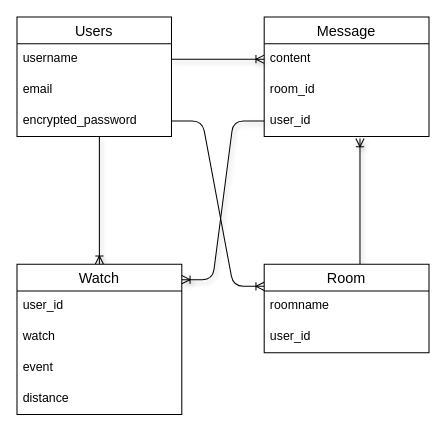
This is database.dio from GitHayato/actime, a draw.io file, before an edit. Source tidied: cells renumbered, new cells numbered last; positions are measured from the earlier drawing's top-left corner, leaving out a move shared by most shapes. Both pictures are drawn from the tidied source at 103%, with x=0, y=0 at pixel (16, 16).
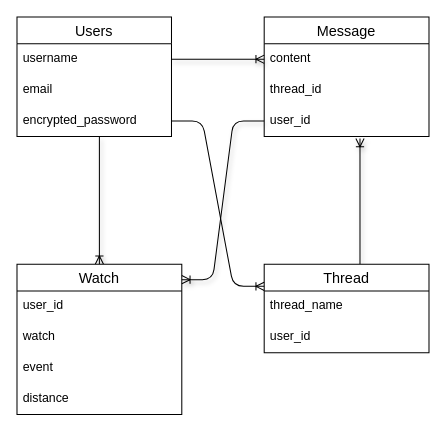
The same diagram, later.

Commit message (it also covers changes not shown here):
fix: readmeテーブル名変更

Unchanged cells that the change refers to:
```xml
<mxCell id="7" value="Message" style="swimlane;fontStyle=0;horizontal=1;startSize=26;align=center;fontSize=14;" parent="1" vertex="1">
  <mxGeometry x="240" width="160" height="116" as="geometry" />
</mxCell>
```

What changed in the source:
```diff
@@
-    <mxCell id="9" value="room_id" style="text;strokeColor=none;fillColor=none;spacingLeft=4;spacingRight=4;overflow=hidden;fontSize=12;" parent="7" vertex="1">
+    <mxCell id="9" value="thread_id" style="text;strokeColor=none;fillColor=none;spacingLeft=4;spacingRight=4;overflow=hidden;fontSize=12;" parent="7" vertex="1">
       <mxGeometry y="56" width="160" height="30" as="geometry" />
     </mxCell>
@@
-    <mxCell id="18" value="Room" style="swimlane;fontStyle=0;horizontal=1;startSize=26;align=center;fontSize=14;" parent="1" vertex="1">
+    <mxCell id="18" value="Thread" style="swimlane;fontStyle=0;horizontal=1;startSize=26;align=center;fontSize=14;" parent="1" vertex="1">
       <mxGeometry x="240" y="240" width="160" height="86" as="geometry" />
     </mxCell>
-    <mxCell id="19" value="roomname" style="text;strokeColor=none;fillColor=none;spacingLeft=4;spacingRight=4;overflow=hidden;fontSize=12;" parent="18" vertex="1">
+    <mxCell id="19" value="thread_name" style="text;strokeColor=none;fillColor=none;spacingLeft=4;spacingRight=4;overflow=hidden;fontSize=12;" parent="18" vertex="1">
       <mxGeometry y="26" width="160" height="30" as="geometry" />
     </mxCell>
```
